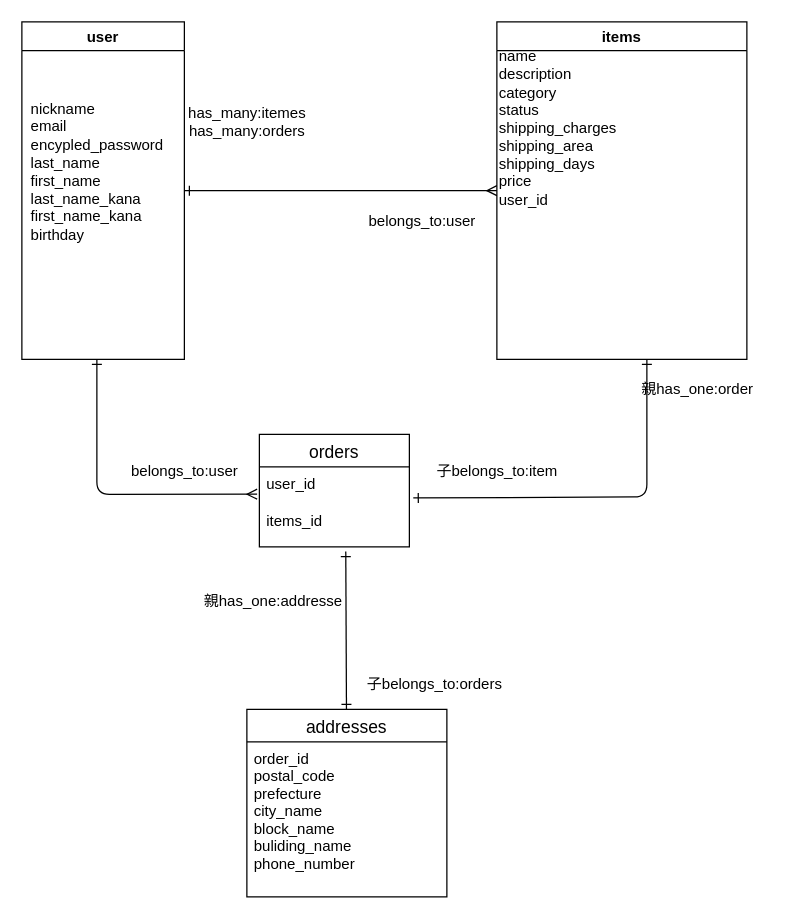
The draw.io diagram furima.dio in rtm29331/furima-38657, before the edit. Source tidied: cells renumbered, new cells numbered last; positions are measured from the earlier drawing's top-left corner, leaving out a move shared by most shapes. Both pictures are drawn from the tidied source at 125%, with x=0, y=0 at pixel (21, 21).
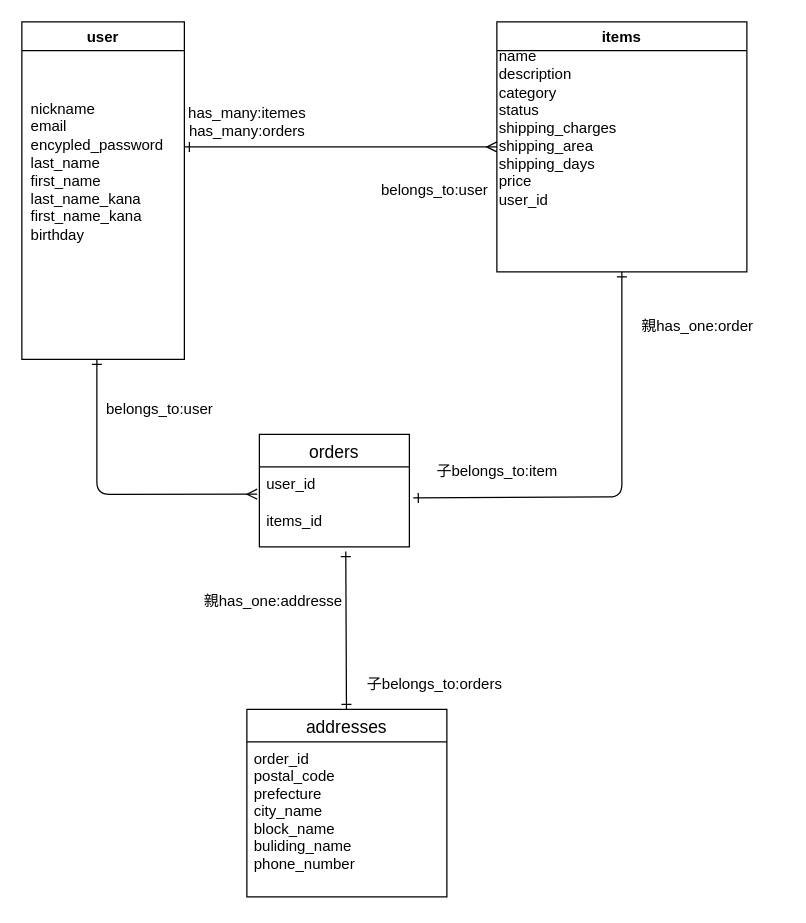
The same diagram, later.

The change refers to these unchanged cells:
```xml
<mxCell id="4" value="user" style="swimlane;" parent="1" vertex="1">
  <mxGeometry width="130" height="270" as="geometry" />
</mxCell>
<mxCell id="9" value="user_id" style="text;strokeColor=none;fillColor=none;spacingLeft=4;spacingRight=4;overflow=hidden;points=[[0,0.5],[1,0.5]];portConstraint=eastwest;fontSize=12;" parent="8" vertex="1">
  <mxGeometry y="26" width="120" height="30" as="geometry" />
</mxCell>
```

Change to the diagram source:
```diff
@@
-    <mxCell id="2" style="edgeStyle=none;html=1;exitX=1;exitY=0.5;exitDx=0;exitDy=0;entryX=0;entryY=0.5;entryDx=0;entryDy=0;endArrow=ERmany;endFill=0;startArrow=ERone;startFill=0;" parent="1" edge="1" source="4" target="6">
-      <mxGeometry relative="1" as="geometry" />
+    <mxCell id="2" style="edgeStyle=none;html=1;entryX=0;entryY=0.5;entryDx=0;entryDy=0;endArrow=ERmany;endFill=0;startArrow=ERone;startFill=0;" parent="1" edge="1" target="6">
+      <mxGeometry relative="1" as="geometry">
+        <mxPoint x="130" y="100" as="sourcePoint" />
+      </mxGeometry>
     </mxCell>
@@
     <mxCell id="6" value="items" style="swimlane;" parent="1" vertex="1">
-      <mxGeometry x="380" width="200" height="270" as="geometry" />
+      <mxGeometry x="380" width="200" height="200" as="geometry" />
     </mxCell>
@@
-    <mxCell id="11" style="edgeStyle=none;html=1;startArrow=ERone;startFill=0;endArrow=ERone;endFill=0;exitX=1.026;exitY=0.829;exitDx=0;exitDy=0;exitPerimeter=0;" parent="1" edge="1" source="9">
+    <mxCell id="11" style="edgeStyle=none;html=1;startArrow=ERone;startFill=0;endArrow=ERone;endFill=0;exitX=1.026;exitY=0.829;exitDx=0;exitDy=0;exitPerimeter=0;entryX=0.5;entryY=1;entryDx=0;entryDy=0;" parent="1" edge="1" source="9" target="6">
       <mxGeometry relative="1" as="geometry">
-        <mxPoint x="500" y="270" as="targetPoint" />
         <Array as="points">
-          <mxPoint x="500" y="380" />
+          <mxPoint x="480" y="380" />
         </Array>
       </mxGeometry>
     </mxCell>
     <mxCell id="12" value="親has_one:order&#10;" style="text;strokeColor=none;fillColor=none;spacingLeft=4;spacingRight=4;overflow=hidden;fontSize=12;" parent="1" vertex="1">
-      <mxGeometry x="490" y="280" width="120" height="30" as="geometry" />
+      <mxGeometry x="490" y="230" width="120" height="30" as="geometry" />
     </mxCell>
@@
     <mxCell id="15" value="belongs_to:user&lt;br&gt;" style="text;html=1;align=center;verticalAlign=middle;strokeColor=none;fillColor=none;" parent="1" vertex="1">
-      <mxGeometry x="80" y="350" width="100" height="20" as="geometry" />
+      <mxGeometry x="60" y="300" width="100" height="20" as="geometry" />
     </mxCell>
     <mxCell id="16" value="belongs_to:user&lt;br&gt;" style="text;html=1;align=center;verticalAlign=middle;strokeColor=none;fillColor=none;" parent="1" vertex="1">
-      <mxGeometry x="270" y="150" width="100" height="20" as="geometry" />
+      <mxGeometry x="280" y="125" width="100" height="20" as="geometry" />
     </mxCell>
```
